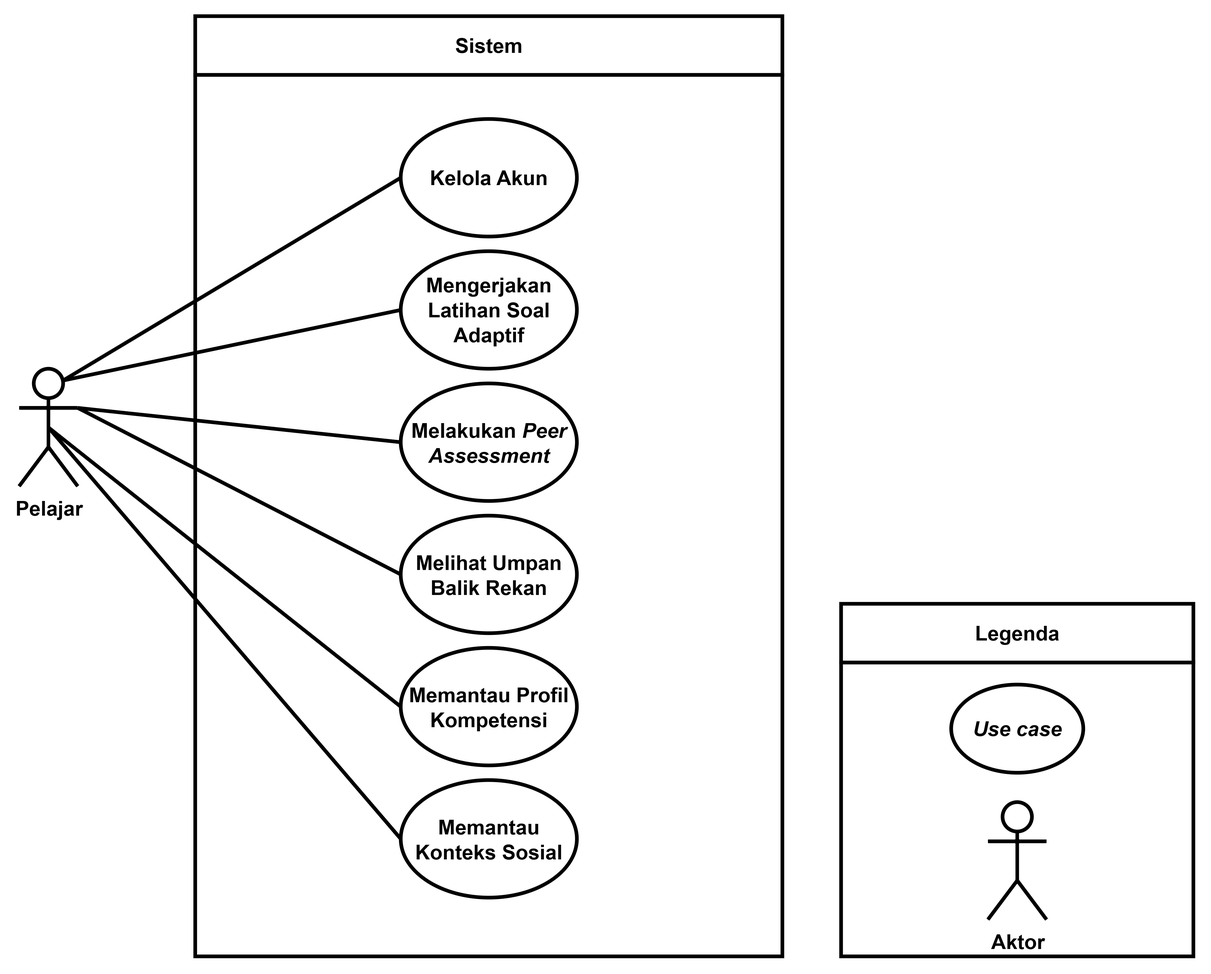
Before: images/usecase_diagram.png, a diagram exported from draw.io (RunningPie/LaporanTA-18222047). Source tidied: cells renumbered, new cells last; positions are measured from the earlier drawing's top-left corner, leaving out a move shared by most shapes.
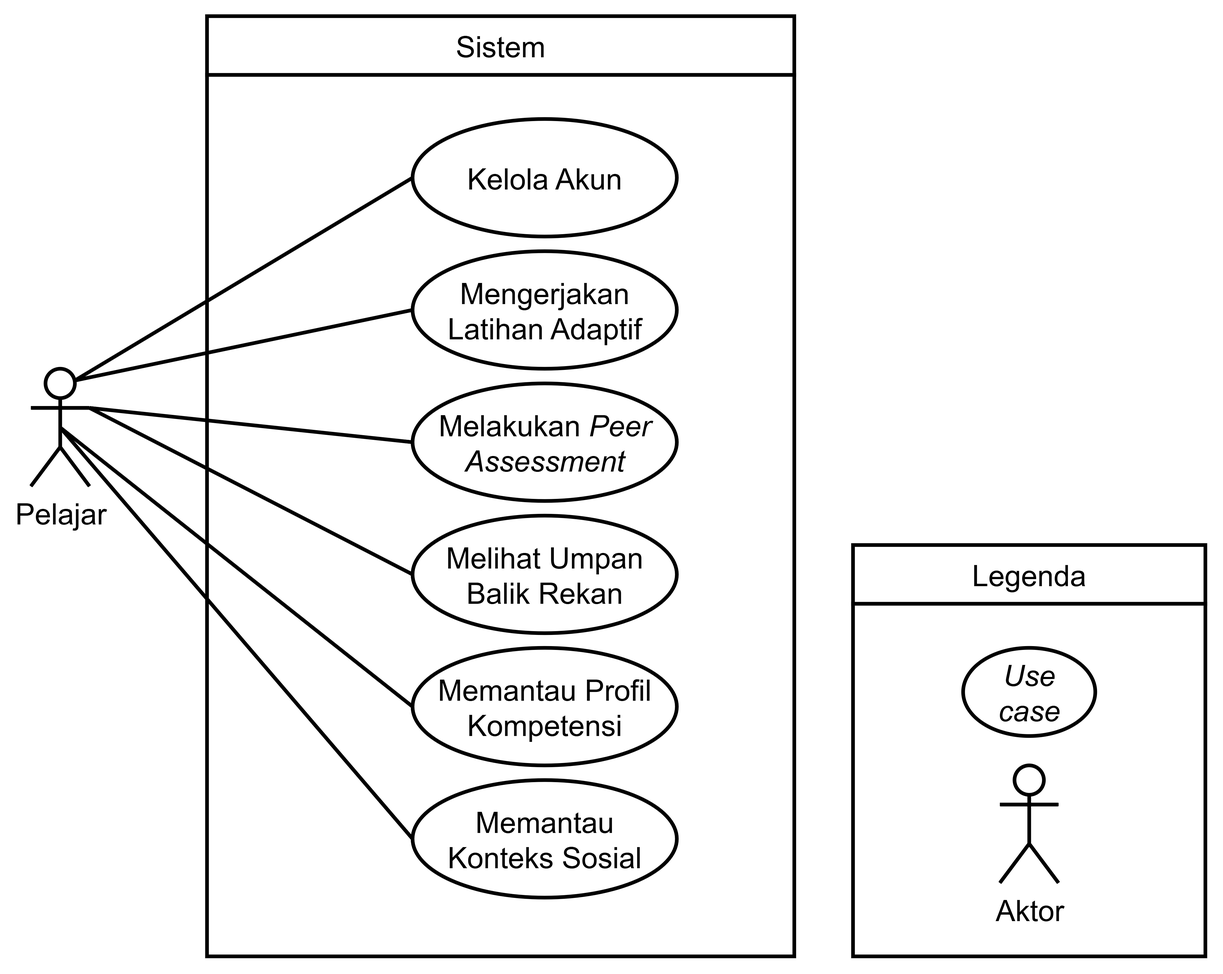
Later version of the same file.

Change to the diagram source:
```diff
@@ -2,62 +2,62 @@
   <root>
     <mxCell id="0" />
     <mxCell id="1" parent="0" />
-    <mxCell id="2" value="Legenda" style="rounded=0;whiteSpace=wrap;html=1;fontSize=14;fontStyle=1;strokeWidth=2.5;" parent="1" vertex="1">
-      <mxGeometry x="560" y="400" width="240" height="40" as="geometry" />
+    <mxCell id="2" value="Legenda" style="rounded=0;whiteSpace=wrap;html=1;fontSize=20;fontStyle=0;strokeWidth=2.5;" parent="1" vertex="1">
+      <mxGeometry x="560" y="360" width="240" height="40" as="geometry" />
     </mxCell>
-    <mxCell id="3" style="rounded=0;whiteSpace=wrap;html=1;strokeWidth=2.5;fontSize=14;fontStyle=1;" parent="1" vertex="1">
-      <mxGeometry x="560" y="440" width="240" height="200" as="geometry" />
+    <mxCell id="3" style="rounded=0;whiteSpace=wrap;html=1;strokeWidth=2.5;fontSize=20;fontStyle=0;" parent="1" vertex="1">
+      <mxGeometry x="560" y="400" width="240" height="240" as="geometry" />
     </mxCell>
-    <mxCell id="4" value="Sistem" style="rounded=0;whiteSpace=wrap;html=1;fontSize=14;fontStyle=1;strokeWidth=2.5;" parent="1" vertex="1">
+    <mxCell id="4" value="Sistem" style="rounded=0;whiteSpace=wrap;html=1;fontSize=20;fontStyle=0;strokeWidth=2.5;" parent="1" vertex="1">
       <mxGeometry x="120" width="400" height="40" as="geometry" />
     </mxCell>
-    <mxCell id="5" style="rounded=0;whiteSpace=wrap;html=1;strokeWidth=2.5;fontSize=14;fontStyle=1;" parent="1" vertex="1">
+    <mxCell id="5" style="rounded=0;whiteSpace=wrap;html=1;strokeWidth=2.5;fontSize=20;fontStyle=0;" parent="1" vertex="1">
       <mxGeometry x="120" y="40" width="400" height="600" as="geometry" />
     </mxCell>
-    <mxCell id="6" value="Kelola Akun" style="ellipse;whiteSpace=wrap;html=1;strokeWidth=2.5;fontSize=14;fontStyle=1;" parent="1" vertex="1">
-      <mxGeometry x="260" y="70" width="120" height="80" as="geometry" />
+    <mxCell id="6" value="Kelola Akun" style="ellipse;whiteSpace=wrap;html=1;strokeWidth=2.5;fontSize=20;fontStyle=0;" parent="1" vertex="1">
+      <mxGeometry x="260" y="70" width="180" height="80" as="geometry" />
     </mxCell>
-    <mxCell id="7" value="Mengerjakan Latihan Soal Adaptif" style="ellipse;whiteSpace=wrap;html=1;strokeWidth=2.5;fontSize=14;fontStyle=1;" parent="1" vertex="1">
-      <mxGeometry x="260" y="160" width="120" height="80" as="geometry" />
+    <mxCell id="7" value="Mengerjakan Latihan Adaptif" style="ellipse;whiteSpace=wrap;html=1;strokeWidth=2.5;fontSize=20;fontStyle=0;" parent="1" vertex="1">
+      <mxGeometry x="260" y="160" width="180" height="80" as="geometry" />
     </mxCell>
-    <mxCell id="8" value="Melakukan &lt;i&gt;Peer Assessment&lt;/i&gt;" style="ellipse;whiteSpace=wrap;html=1;strokeWidth=2.5;fontSize=14;fontStyle=1;" parent="1" vertex="1">
-      <mxGeometry x="260" y="250" width="120" height="80" as="geometry" />
+    <mxCell id="8" value="Melakukan &lt;i&gt;Peer Assessment&lt;/i&gt;" style="ellipse;whiteSpace=wrap;html=1;strokeWidth=2.5;fontSize=20;fontStyle=0;" parent="1" vertex="1">
+      <mxGeometry x="260" y="250" width="180" height="80" as="geometry" />
     </mxCell>
-    <mxCell id="9" value="Melihat Umpan Balik Rekan" style="ellipse;whiteSpace=wrap;html=1;strokeWidth=2.5;fontSize=14;fontStyle=1;" parent="1" vertex="1">
-      <mxGeometry x="260" y="340" width="120" height="80" as="geometry" />
+    <mxCell id="9" value="Melihat Umpan Balik Rekan" style="ellipse;whiteSpace=wrap;html=1;strokeWidth=2.5;fontSize=20;fontStyle=0;" parent="1" vertex="1">
+      <mxGeometry x="260" y="340" width="180" height="80" as="geometry" />
     </mxCell>
-    <mxCell id="10" value="Memantau Profil Kompetensi" style="ellipse;whiteSpace=wrap;html=1;strokeWidth=2.5;fontSize=14;fontStyle=1;" parent="1" vertex="1">
-      <mxGeometry x="260" y="430" width="120" height="80" as="geometry" />
+    <mxCell id="10" value="Memantau Profil Kompetensi" style="ellipse;whiteSpace=wrap;html=1;strokeWidth=2.5;fontSize=20;fontStyle=0;" parent="1" vertex="1">
+      <mxGeometry x="260" y="430" width="180" height="80" as="geometry" />
     </mxCell>
-    <mxCell id="11" value="Memantau Konteks Sosial" style="ellipse;whiteSpace=wrap;html=1;strokeWidth=2.5;fontSize=14;fontStyle=1;" parent="1" vertex="1">
-      <mxGeometry x="260" y="520" width="120" height="80" as="geometry" />
+    <mxCell id="11" value="Memantau Konteks Sosial" style="ellipse;whiteSpace=wrap;html=1;strokeWidth=2.5;fontSize=20;fontStyle=0;spacing=5;" parent="1" vertex="1">
+      <mxGeometry x="260" y="520" width="180" height="80" as="geometry" />
     </mxCell>
-    <mxCell id="12" style="edgeStyle=none;curved=1;rounded=0;jettySize=auto;html=1;exitX=0.75;exitY=0.1;exitDx=0;exitDy=0;exitPerimeter=0;entryX=0;entryY=0.5;entryDx=0;entryDy=0;fontSize=14;startSize=8;endSize=8;endArrow=none;endFill=0;strokeWidth=2.5;fontStyle=1;" parent="1" edge="1" source="18" target="6">
+    <mxCell id="12" style="edgeStyle=none;curved=1;rounded=0;jettySize=auto;html=1;exitX=0.75;exitY=0.1;exitDx=0;exitDy=0;exitPerimeter=0;entryX=0;entryY=0.5;entryDx=0;entryDy=0;fontSize=20;startSize=8;endSize=8;endArrow=none;endFill=0;strokeWidth=2.5;fontStyle=0;" parent="1" edge="1" source="18" target="6">
       <mxGeometry relative="1" as="geometry" />
     </mxCell>
-    <mxCell id="13" style="edgeStyle=none;curved=1;rounded=0;jettySize=auto;html=1;exitX=0.75;exitY=0.1;exitDx=0;exitDy=0;exitPerimeter=0;entryX=0;entryY=0.5;entryDx=0;entryDy=0;fontSize=14;startSize=8;endSize=8;endArrow=none;endFill=0;strokeWidth=2.5;fontStyle=1;" parent="1" edge="1" source="18" target="7">
+    <mxCell id="13" style="edgeStyle=none;curved=1;rounded=0;jettySize=auto;html=1;exitX=0.75;exitY=0.1;exitDx=0;exitDy=0;exitPerimeter=0;entryX=0;entryY=0.5;entryDx=0;entryDy=0;fontSize=20;startSize=8;endSize=8;endArrow=none;endFill=0;strokeWidth=2.5;fontStyle=0;" parent="1" edge="1" source="18" target="7">
       <mxGeometry relative="1" as="geometry" />
     </mxCell>
-    <mxCell id="14" style="edgeStyle=none;curved=1;rounded=0;jettySize=auto;html=1;exitX=1;exitY=0.3333333333333333;exitDx=0;exitDy=0;exitPerimeter=0;entryX=0;entryY=0.5;entryDx=0;entryDy=0;fontSize=14;startSize=8;endSize=8;endArrow=none;endFill=0;strokeWidth=2.5;fontStyle=1;" parent="1" edge="1" source="18" target="8">
+    <mxCell id="14" style="edgeStyle=none;curved=1;rounded=0;jettySize=auto;html=1;exitX=1;exitY=0.3333333333333333;exitDx=0;exitDy=0;exitPerimeter=0;entryX=0;entryY=0.5;entryDx=0;entryDy=0;fontSize=20;startSize=8;endSize=8;endArrow=none;endFill=0;strokeWidth=2.5;fontStyle=0;" parent="1" edge="1" source="18" target="8">
       <mxGeometry relative="1" as="geometry" />
     </mxCell>
-    <mxCell id="15" style="edgeStyle=none;curved=1;rounded=0;jettySize=auto;html=1;exitX=1;exitY=0.3333333333333333;exitDx=0;exitDy=0;exitPerimeter=0;entryX=0;entryY=0.5;entryDx=0;entryDy=0;fontSize=14;startSize=8;endSize=8;endArrow=none;endFill=0;strokeWidth=2.5;fontStyle=1;" parent="1" edge="1" source="18" target="9">
+    <mxCell id="15" style="edgeStyle=none;curved=1;rounded=0;jettySize=auto;html=1;exitX=1;exitY=0.3333333333333333;exitDx=0;exitDy=0;exitPerimeter=0;entryX=0;entryY=0.5;entryDx=0;entryDy=0;fontSize=20;startSize=8;endSize=8;endArrow=none;endFill=0;strokeWidth=2.5;fontStyle=0;" parent="1" edge="1" source="18" target="9">
       <mxGeometry relative="1" as="geometry" />
     </mxCell>
-    <mxCell id="16" style="edgeStyle=none;curved=1;rounded=0;jettySize=auto;html=1;exitX=0.5;exitY=0.5;exitDx=0;exitDy=0;exitPerimeter=0;entryX=0;entryY=0.5;entryDx=0;entryDy=0;fontSize=14;startSize=8;endSize=8;endArrow=none;endFill=0;strokeWidth=2.5;fontStyle=1;" parent="1" edge="1" source="18" target="10">
+    <mxCell id="16" style="edgeStyle=none;curved=1;rounded=0;jettySize=auto;html=1;exitX=0.5;exitY=0.5;exitDx=0;exitDy=0;exitPerimeter=0;entryX=0;entryY=0.5;entryDx=0;entryDy=0;fontSize=20;startSize=8;endSize=8;endArrow=none;endFill=0;strokeWidth=2.5;fontStyle=0;" parent="1" edge="1" source="18" target="10">
       <mxGeometry relative="1" as="geometry" />
     </mxCell>
-    <mxCell id="17" style="edgeStyle=none;curved=1;rounded=0;jettySize=auto;html=1;exitX=0.5;exitY=0.5;exitDx=0;exitDy=0;exitPerimeter=0;entryX=0;entryY=0.5;entryDx=0;entryDy=0;fontSize=14;startSize=8;endSize=8;endArrow=none;endFill=0;strokeWidth=2.5;fontStyle=1;" parent="1" edge="1" source="18" target="11">
+    <mxCell id="17" style="edgeStyle=none;curved=1;rounded=0;jettySize=auto;html=1;exitX=0.5;exitY=0.5;exitDx=0;exitDy=0;exitPerimeter=0;entryX=0;entryY=0.5;entryDx=0;entryDy=0;fontSize=20;startSize=8;endSize=8;endArrow=none;endFill=0;strokeWidth=2.5;fontStyle=0;" parent="1" edge="1" source="18" target="11">
       <mxGeometry relative="1" as="geometry" />
     </mxCell>
-    <mxCell id="18" value="Pelajar" style="shape=umlActor;verticalLabelPosition=bottom;verticalAlign=top;html=1;outlineConnect=0;strokeWidth=2.5;fontSize=14;fontStyle=1;" parent="1" vertex="1">
+    <mxCell id="18" value="Pelajar" style="shape=umlActor;verticalLabelPosition=bottom;verticalAlign=top;html=1;outlineConnect=0;strokeWidth=2.5;fontSize=20;fontStyle=0;" parent="1" vertex="1">
       <mxGeometry y="240" width="40" height="80" as="geometry" />
     </mxCell>
-    <mxCell id="19" value="&lt;i&gt;Use case&lt;/i&gt;" style="ellipse;whiteSpace=wrap;html=1;strokeWidth=2.5;fontSize=14;fontStyle=1;" parent="1" vertex="1">
-      <mxGeometry x="635" y="455" width="90" height="60" as="geometry" />
+    <mxCell id="19" value="&lt;i&gt;Use case&lt;/i&gt;" style="ellipse;whiteSpace=wrap;html=1;strokeWidth=2.5;fontSize=20;fontStyle=0;spacing=5;" parent="1" vertex="1">
+      <mxGeometry x="635" y="430" width="90" height="60" as="geometry" />
     </mxCell>
-    <mxCell id="20" value="Aktor" style="shape=umlActor;verticalLabelPosition=bottom;verticalAlign=top;html=1;strokeWidth=2.5;fontSize=14;fontStyle=1;" parent="1" vertex="1">
-      <mxGeometry x="660" y="535" width="40" height="80" as="geometry" />
+    <mxCell id="20" value="Aktor" style="shape=umlActor;verticalLabelPosition=bottom;verticalAlign=top;html=1;strokeWidth=2.5;fontSize=20;fontStyle=0;" parent="1" vertex="1">
+      <mxGeometry x="660" y="510" width="40" height="80" as="geometry" />
     </mxCell>
   </root>
 </mxGraphModel>
```
